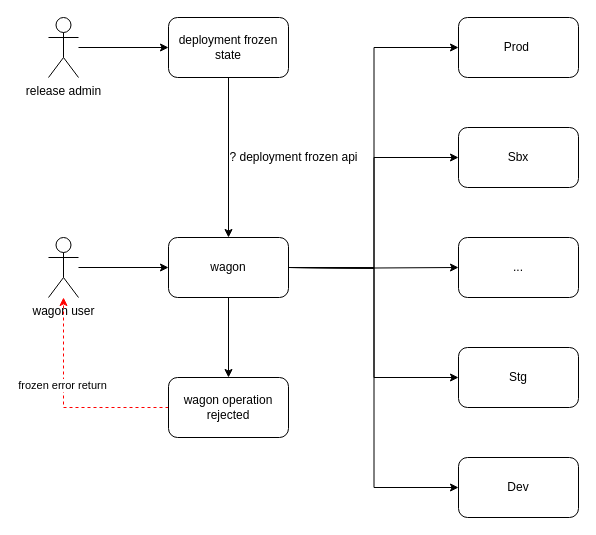
The draw.io diagram wagon freeze.drawio in jiangtao7/draw.io, before the edit. Source tidied: cells renumbered, new cells numbered last; positions are measured from the earlier drawing's top-left corner, leaving out a move shared by most shapes. Both pictures are drawn from the tidied source at 100%, with x=0, y=0 at pixel (48, 17).
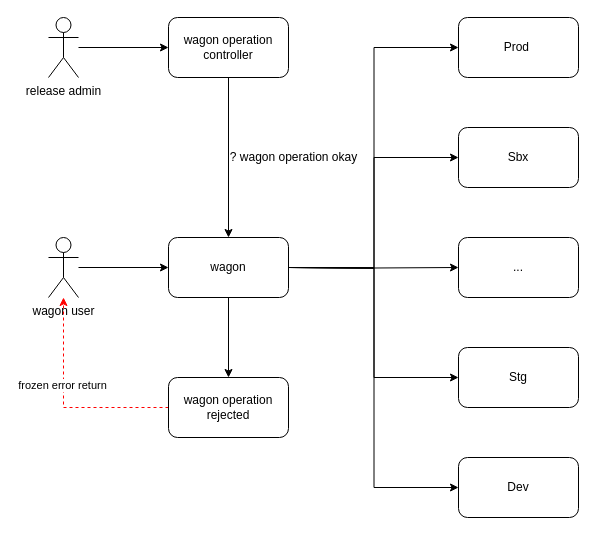
The same page after the edit.

Change to the diagram source:
```diff
@@
-    <mxCell id="15" value="deployment frozen state" style="rounded=1;whiteSpace=wrap;html=1;" parent="1" vertex="1">
+    <mxCell id="15" value="wagon operation controller" style="rounded=1;whiteSpace=wrap;html=1;" parent="1" vertex="1">
       <mxGeometry x="120" width="120" height="60" as="geometry" />
     </mxCell>
@@
-    <mxCell id="20" value="? deployment frozen api" style="text;html=1;align=center;verticalAlign=middle;strokeColor=none;fillColor=none;" parent="1" vertex="1">
+    <mxCell id="20" value="? wagon operation okay" style="text;html=1;align=center;verticalAlign=middle;strokeColor=none;fillColor=none;" parent="1" vertex="1">
       <mxGeometry x="170" y="125" width="150" height="30" as="geometry" />
     </mxCell>
```
